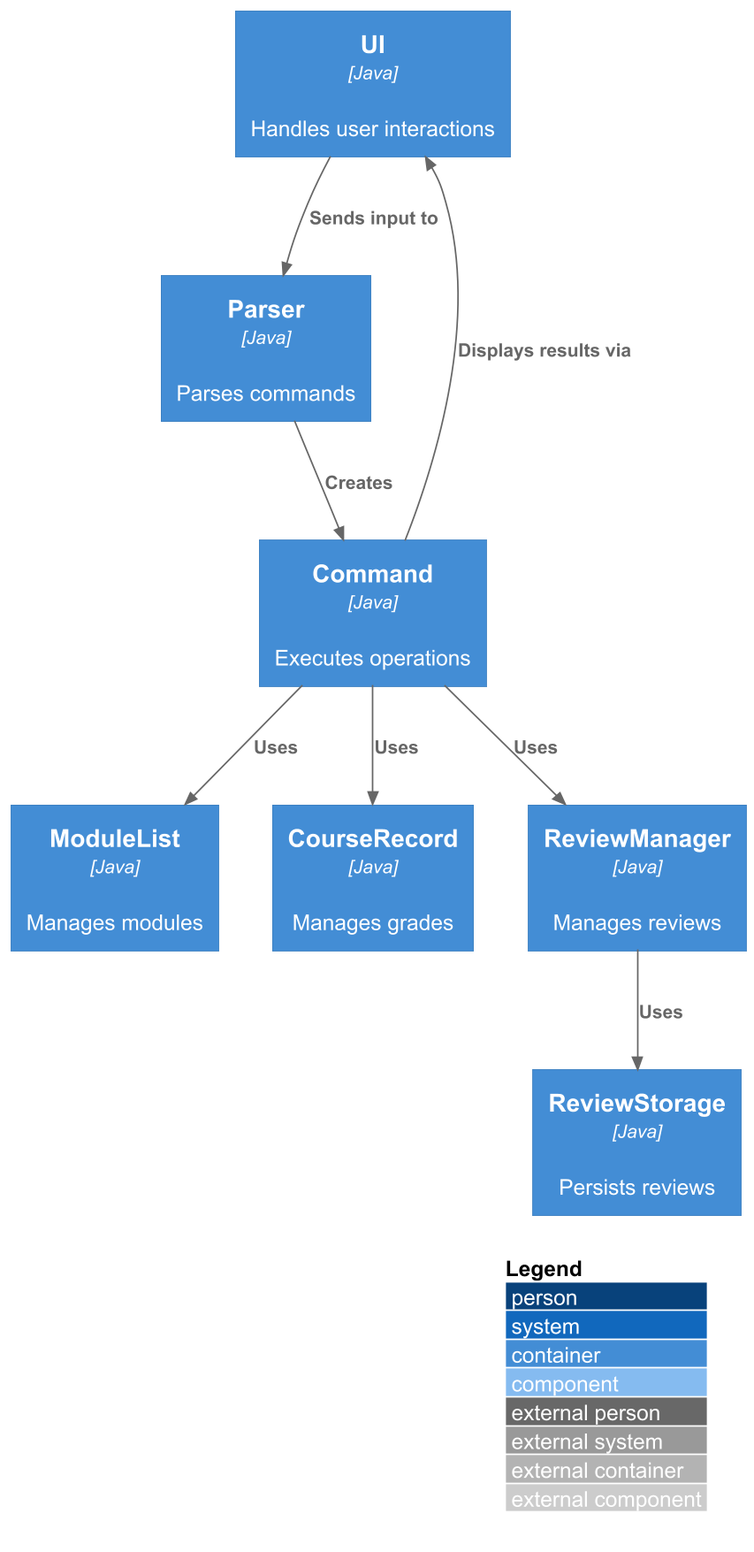
Above: docs/diagrams/ArchitectureOverview.png in AY2526S1-CS2113-T10-3/tp (PlantUML), before the change. Its source is kept beside it as docs/diagrams/ArchitectureOverview.puml. Source of this version:
```plantuml
@startuml
!include https://raw.githubusercontent.com/plantuml-stdlib/C4-PlantUML/master/C4_Component.puml

LAYOUT_WITH_LEGEND()

Container(ui, "UI", "Java", "Handles user interactions")
Container(parser, "Parser", "Java", "Parses commands")
Container(command, "Command", "Java", "Executes operations")
Container(moduleList, "ModuleList", "Java", "Manages modules")
Container(courseRecord, "CourseRecord", "Java", "Manages grades")
Container(reviewManager, "ReviewManager", "Java", "Manages reviews")
Container(storage, "ReviewStorage", "Java", "Persists reviews")

Rel(ui, parser, "Sends input to")
Rel(parser, command, "Creates")
Rel(command, moduleList, "Uses")
Rel(command, courseRecord, "Uses")
Rel(command, reviewManager, "Uses")
Rel(reviewManager, storage, "Uses")
Rel(command, ui, "Displays results via")

@enduml
```
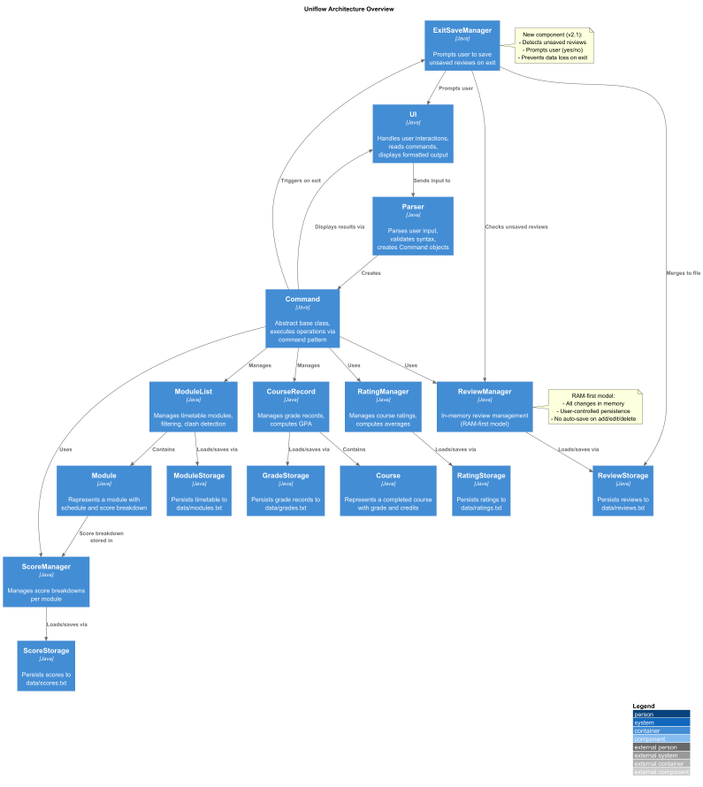
Above is the later version.

Commit message:
Modify architecture overview

The edit, as a diff of the source:
```diff
@@ -3,20 +3,62 @@
 
 LAYOUT_WITH_LEGEND()
 
-Container(ui, "UI", "Java", "Handles user interactions")
-Container(parser, "Parser", "Java", "Parses commands")
-Container(command, "Command", "Java", "Executes operations")
-Container(moduleList, "ModuleList", "Java", "Manages modules")
-Container(courseRecord, "CourseRecord", "Java", "Manages grades")
-Container(reviewManager, "ReviewManager", "Java", "Manages reviews")
-Container(storage, "ReviewStorage", "Java", "Persists reviews")
+title Uniflow Architecture Overview
+
+Container(ui, "UI", "Java", "Handles user interactions,\nreads commands,\ndisplays formatted output")
+Container(parser, "Parser", "Java", "Parses user input,\nvalidates syntax,\ncreates Command objects")
+Container(command, "Command", "Java", "Abstract base class,\nexecutes operations via\ncommand pattern")
+Container(moduleList, "ModuleList", "Java", "Manages timetable modules,\nfiltering, clash detection")
+Container(module, "Module", "Java", "Represents a module with\nschedule and score breakdown")
+Container(courseRecord, "CourseRecord", "Java", "Manages grade records,\ncomputes GPA")
+Container(course, "Course", "Java", "Represents a completed course\nwith grade and credits")
+Container(reviewManager, "ReviewManager", "Java", "In-memory review management\n(RAM-first model)")
+Container(reviewStorage, "ReviewStorage", "Java", "Persists reviews to\ndata/reviews.txt")
+Container(exitSaveManager, "ExitSaveManager", "Java", "Prompts user to save\nunsaved reviews on exit")
+Container(ratingManager, "RatingManager", "Java", "Manages course ratings,\ncomputes averages")
+Container(ratingStorage, "RatingStorage", "Java", "Persists ratings to\ndata/ratings.txt")
+Container(scoreManager, "ScoreManager", "Java", "Manages score breakdowns\nper module")
+Container(scoreStorage, "ScoreStorage", "Java", "Persists scores to\ndata/scores.txt")
+Container(gradeStorage, "GradeStorage", "Java", "Persists grade records to\ndata/grades.txt")
+Container(moduleStorage, "ModuleStorage", "Java", "Persists timetable to\ndata/modules.txt")
 
 Rel(ui, parser, "Sends input to")
 Rel(parser, command, "Creates")
-Rel(command, moduleList, "Uses")
-Rel(command, courseRecord, "Uses")
+Rel(command, ui, "Displays results via")
+Rel(command, moduleList, "Manages")
+Rel(command, courseRecord, "Manages")
 Rel(command, reviewManager, "Uses")
-Rel(reviewManager, storage, "Uses")
-Rel(command, ui, "Displays results via")
+Rel(command, ratingManager, "Uses")
+Rel(command, scoreManager, "Uses")
+
+Rel(moduleList, module, "Contains")
+Rel(courseRecord, course, "Contains")
+
+Rel(reviewManager, reviewStorage, "Loads/saves via")
+Rel(ratingManager, ratingStorage, "Loads/saves via")
+Rel(scoreManager, scoreStorage, "Loads/saves via")
+Rel(courseRecord, gradeStorage, "Loads/saves via")
+Rel(moduleList, moduleStorage, "Loads/saves via")
+
+Rel(exitSaveManager, reviewManager, "Checks unsaved reviews")
+Rel(exitSaveManager, reviewStorage, "Merges to file")
+Rel(exitSaveManager, ui, "Prompts user")
+Rel(command, exitSaveManager, "Triggers on exit")
+
+Rel(module, scoreManager, "Score breakdown\nstored in")
+
+note right of reviewManager
+  RAM-first model:
+  - All changes in memory
+  - User-controlled persistence
+  - No auto-save on add/edit/delete
+end note
+
+note right of exitSaveManager
+  New component (v2.1):
+  - Detects unsaved reviews
+  - Prompts user (yes/no)
+  - Prevents data loss on exit
+end note
 
 @enduml
```
